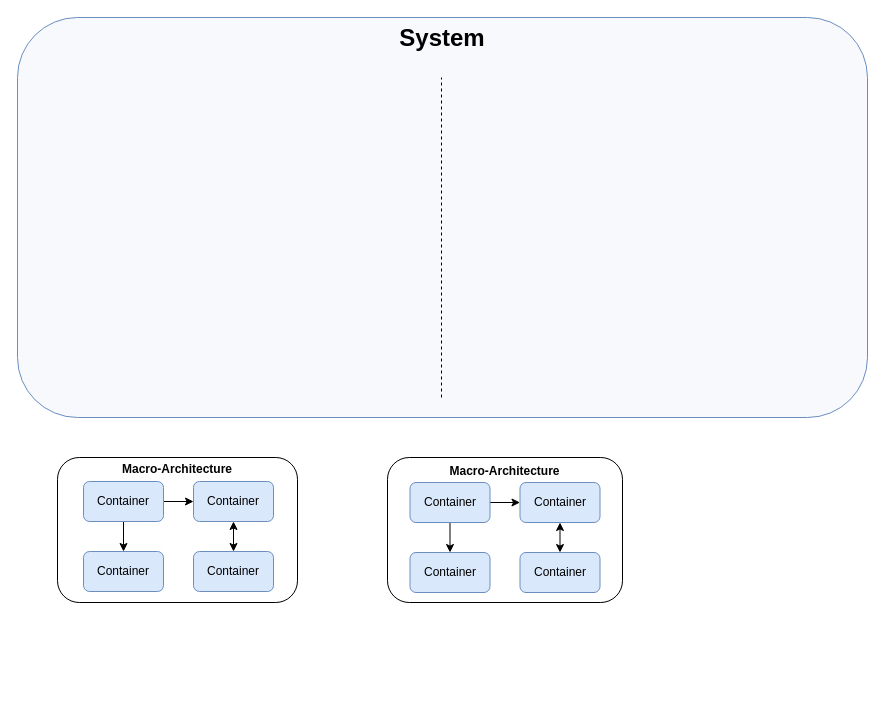
The draw.io diagram page "Page-4" (4 of 4) of E-TEMS25.drawio in mhecktor/draw.io, before the edit. Source tidied: cells renumbered, new cells numbered last; positions are measured from the earlier drawing's top-left corner, leaving out a move shared by most shapes. Both pictures are drawn from the tidied source at 100%, with x=0, y=0 at pixel (17, 17).
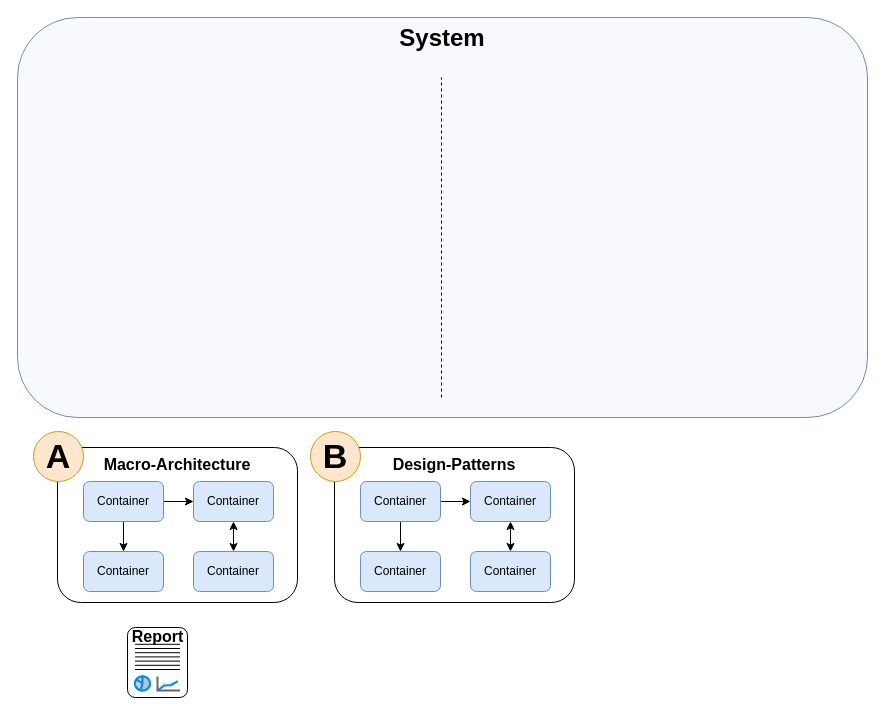
The same diagram, later.

What changed in the source:
```diff
@@
-    <mxCell id="4" style="group;" parent="1" vertex="1">
-      <mxGeometry x="370" y="440" width="235" height="145" as="geometry" />
-    </mxCell>
-    <mxCell id="5" value="Macro-Architecture" style="rounded=1;whiteSpace=wrap;html=1;verticalAlign=top;fontStyle=1;" parent="4" vertex="1">
-      <mxGeometry width="235" height="145" as="geometry" />
-    </mxCell>
-    <mxCell id="6" style="edgeStyle=orthogonalEdgeStyle;rounded=0;jettySize=auto;html=1;exitX=0.5;exitY=1;exitDx=0;exitDy=0;entryX=0.5;entryY=0;entryDx=0;entryDy=0;" parent="4" edge="1" source="8" target="11">
-      <mxGeometry relative="1" as="geometry" />
-    </mxCell>
-    <mxCell id="7" style="edgeStyle=orthogonalEdgeStyle;rounded=0;jettySize=auto;html=1;exitX=1;exitY=0.5;exitDx=0;exitDy=0;entryX=0;entryY=0.5;entryDx=0;entryDy=0;" parent="4" edge="1" source="8" target="10">
-      <mxGeometry relative="1" as="geometry" />
-    </mxCell>
-    <mxCell id="8" value="Container" style="rounded=1;whiteSpace=wrap;html=1;fillColor=#dae8fc;strokeColor=#6c8ebf;" parent="4" vertex="1">
-      <mxGeometry x="22.5" y="25" width="80" height="40" as="geometry" />
-    </mxCell>
-    <mxCell id="9" style="edgeStyle=orthogonalEdgeStyle;rounded=0;jettySize=auto;html=1;exitX=0.5;exitY=1;exitDx=0;exitDy=0;entryX=0.5;entryY=0;entryDx=0;entryDy=0;startArrow=classic;startFill=1;" parent="4" edge="1" source="10" target="12">
-      <mxGeometry relative="1" as="geometry" />
-    </mxCell>
-    <mxCell id="10" value="Container" style="rounded=1;whiteSpace=wrap;html=1;fillColor=#dae8fc;strokeColor=#6c8ebf;" parent="4" vertex="1">
-      <mxGeometry x="132.5" y="25" width="80" height="40" as="geometry" />
-    </mxCell>
-    <mxCell id="11" value="Container" style="rounded=1;whiteSpace=wrap;html=1;fillColor=#dae8fc;strokeColor=#6c8ebf;" parent="4" vertex="1">
-      <mxGeometry x="22.5" y="95" width="80" height="40" as="geometry" />
-    </mxCell>
-    <mxCell id="12" value="Container" style="rounded=1;whiteSpace=wrap;html=1;fillColor=#dae8fc;strokeColor=#6c8ebf;" parent="4" vertex="1">
-      <mxGeometry x="132.5" y="95" width="80" height="40" as="geometry" />
-    </mxCell>
     <mxCell id="13" value="&lt;div&gt;&lt;br&gt;&lt;/div&gt;" style="rounded=1;whiteSpace=wrap;html=1;verticalAlign=top;fontStyle=1;" parent="1" vertex="1">
-      <mxGeometry x="40" y="440" width="240" height="145" as="geometry" />
+      <mxGeometry x="40" y="430" width="240" height="155" as="geometry" />
     </mxCell>
@@
-    <mxCell id="21" value="&lt;span style=&quot;font-weight: 700;&quot;&gt;Macro-Architecture&lt;/span&gt;" style="text;html=1;align=center;verticalAlign=middle;whiteSpace=wrap;rounded=0;" parent="1" vertex="1">
-      <mxGeometry x="40" y="440" width="240" height="24" as="geometry" />
+    <mxCell id="21" value="&lt;span style=&quot;font-weight: 700;&quot;&gt;Macro-Architecture&lt;/span&gt;" style="text;html=1;align=center;verticalAlign=middle;whiteSpace=wrap;rounded=0;fontSize=16;" parent="1" vertex="1">
+      <mxGeometry x="40" y="430" width="240" height="34" as="geometry" />
     </mxCell>
+    <mxCell id="22" value="A" style="ellipse;whiteSpace=wrap;html=1;fontStyle=1;fontSize=34;fillColor=#ffe6cc;strokeColor=#d79b00;" parent="1" vertex="1">
+      <mxGeometry x="16" y="414" width="50" height="50" as="geometry" />
+    </mxCell>
+    <mxCell id="23" value="&lt;div&gt;&lt;br&gt;&lt;/div&gt;" style="rounded=1;whiteSpace=wrap;html=1;verticalAlign=top;fontStyle=1;" parent="1" vertex="1">
+      <mxGeometry x="317" y="430" width="240" height="155" as="geometry" />
+    </mxCell>
+    <mxCell id="24" style="edgeStyle=orthogonalEdgeStyle;rounded=0;jettySize=auto;html=1;exitX=0.5;exitY=1;exitDx=0;exitDy=0;entryX=0.5;entryY=0;entryDx=0;entryDy=0;" parent="1" edge="1" source="26" target="29">
+      <mxGeometry relative="1" as="geometry" />
+    </mxCell>
+    <mxCell id="25" style="edgeStyle=orthogonalEdgeStyle;rounded=0;jettySize=auto;html=1;exitX=1;exitY=0.5;exitDx=0;exitDy=0;entryX=0;entryY=0.5;entryDx=0;entryDy=0;" parent="1" edge="1" source="26" target="28">
+      <mxGeometry relative="1" as="geometry" />
+    </mxCell>
+    <mxCell id="26" value="Container" style="rounded=1;whiteSpace=wrap;html=1;fillColor=#dae8fc;strokeColor=#6c8ebf;" parent="1" vertex="1">
+      <mxGeometry x="343" y="464" width="80" height="40" as="geometry" />
+    </mxCell>
+    <mxCell id="27" style="edgeStyle=orthogonalEdgeStyle;rounded=0;jettySize=auto;html=1;exitX=0.5;exitY=1;exitDx=0;exitDy=0;entryX=0.5;entryY=0;entryDx=0;entryDy=0;startArrow=classic;startFill=1;" parent="1" edge="1" source="28" target="30">
+      <mxGeometry relative="1" as="geometry" />
+    </mxCell>
+    <mxCell id="28" value="Container" style="rounded=1;whiteSpace=wrap;html=1;fillColor=#dae8fc;strokeColor=#6c8ebf;" parent="1" vertex="1">
+      <mxGeometry x="453" y="464" width="80" height="40" as="geometry" />
+    </mxCell>
+    <mxCell id="29" value="Container" style="rounded=1;whiteSpace=wrap;html=1;fillColor=#dae8fc;strokeColor=#6c8ebf;" parent="1" vertex="1">
+      <mxGeometry x="343" y="534" width="80" height="40" as="geometry" />
+    </mxCell>
+    <mxCell id="30" value="Container" style="rounded=1;whiteSpace=wrap;html=1;fillColor=#dae8fc;strokeColor=#6c8ebf;" parent="1" vertex="1">
+      <mxGeometry x="453" y="534" width="80" height="40" as="geometry" />
+    </mxCell>
+    <mxCell id="31" value="&lt;span style=&quot;font-weight: 700;&quot;&gt;Design-Patterns&lt;/span&gt;" style="text;html=1;align=center;verticalAlign=middle;whiteSpace=wrap;rounded=0;fontSize=16;" parent="1" vertex="1">
+      <mxGeometry x="317" y="430" width="240" height="34" as="geometry" />
+    </mxCell>
+    <mxCell id="32" value="B" style="ellipse;whiteSpace=wrap;html=1;fontStyle=1;fontSize=34;fillColor=#ffe6cc;strokeColor=#d79b00;" parent="1" vertex="1">
+      <mxGeometry x="293" y="414" width="50" height="50" as="geometry" />
+    </mxCell>
+    <mxCell id="33" style="group;" parent="1" vertex="1">
+      <mxGeometry x="110" y="610" width="60" height="70" as="geometry" />
+    </mxCell>
+    <mxCell id="34" style="rounded=1;whiteSpace=wrap;html=1;arcSize=13;" parent="33" vertex="1">
+      <mxGeometry width="60" height="70" as="geometry" />
+    </mxCell>
+    <mxCell id="35" style="verticalLabelPosition=bottom;shadow=0;dashed=0;align=center;html=1;verticalAlign=top;strokeWidth=1;shape=mxgraph.mockup.graphics.lineChart;strokeColor=none;strokeColor2=#666666;strokeColor3=#008cff;strokeColor4=#dddddd;fillColor=default;" parent="33" vertex="1">
+      <mxGeometry x="30" y="49" width="22.5" height="14" as="geometry" />
+    </mxCell>
+    <mxCell id="36" style="verticalLabelPosition=bottom;shadow=0;dashed=0;align=center;html=1;verticalAlign=top;strokeWidth=1;shape=mxgraph.mockup.graphics.pieChart;strokeColor=#008cff;parts=10,20,35;partColors=#e0e0e0,#d0d0d0,#c0c0c0,#b0b0b0,#a0a0a0;strokeWidth=2;" parent="33" vertex="1">
+      <mxGeometry x="7.5" y="49" width="15" height="14" as="geometry" />
+    </mxCell>
+    <mxCell id="37" style="endArrow=none;html=1;rounded=0;" parent="33" edge="1">
+      <mxGeometry relative="1" as="geometry">
+        <mxPoint x="7.5" y="42" as="sourcePoint" />
+        <mxPoint x="52.5" y="42" as="targetPoint" />
+      </mxGeometry>
+    </mxCell>
+    <mxCell id="38" style="endArrow=none;html=1;rounded=0;" parent="33" edge="1">
+      <mxGeometry relative="1" as="geometry">
+        <mxPoint x="7.5" y="37.8" as="sourcePoint" />
+        <mxPoint x="52.5" y="37.8" as="targetPoint" />
+      </mxGeometry>
+    </mxCell>
+    <mxCell id="39" style="endArrow=none;html=1;rounded=0;" parent="33" edge="1">
+      <mxGeometry relative="1" as="geometry">
+        <mxPoint x="7.5" y="33.6" as="sourcePoint" />
+        <mxPoint x="52.5" y="33.6" as="targetPoint" />
+      </mxGeometry>
+    </mxCell>
+    <mxCell id="40" style="endArrow=none;html=1;rounded=0;" parent="33" edge="1">
+      <mxGeometry relative="1" as="geometry">
+        <mxPoint x="7.5" y="29.4" as="sourcePoint" />
+        <mxPoint x="52.5" y="29.4" as="targetPoint" />
+      </mxGeometry>
+    </mxCell>
+    <mxCell id="41" style="endArrow=none;html=1;rounded=0;" parent="33" edge="1">
+      <mxGeometry relative="1" as="geometry">
+        <mxPoint x="7.5" y="25.2" as="sourcePoint" />
+        <mxPoint x="52.5" y="25.2" as="targetPoint" />
+      </mxGeometry>
+    </mxCell>
+    <mxCell id="42" style="endArrow=none;html=1;rounded=0;" parent="33" edge="1">
+      <mxGeometry relative="1" as="geometry">
+        <mxPoint x="7.5" y="21" as="sourcePoint" />
+        <mxPoint x="52.5" y="21" as="targetPoint" />
+      </mxGeometry>
+    </mxCell>
+    <mxCell id="43" style="endArrow=none;html=1;rounded=0;" parent="33" edge="1">
+      <mxGeometry relative="1" as="geometry">
+        <mxPoint x="7.5" y="16.8" as="sourcePoint" />
+        <mxPoint x="52.5" y="16.8" as="targetPoint" />
+      </mxGeometry>
+    </mxCell>
+    <mxCell id="44" value="&lt;font style=&quot;font-size: 16px;&quot;&gt;Report&lt;/font&gt;" style="text;strokeColor=none;fillColor=none;html=1;fontSize=24;fontStyle=1;verticalAlign=middle;align=center;" parent="33" vertex="1">
+      <mxGeometry width="60" height="14" as="geometry" />
+    </mxCell>
```
